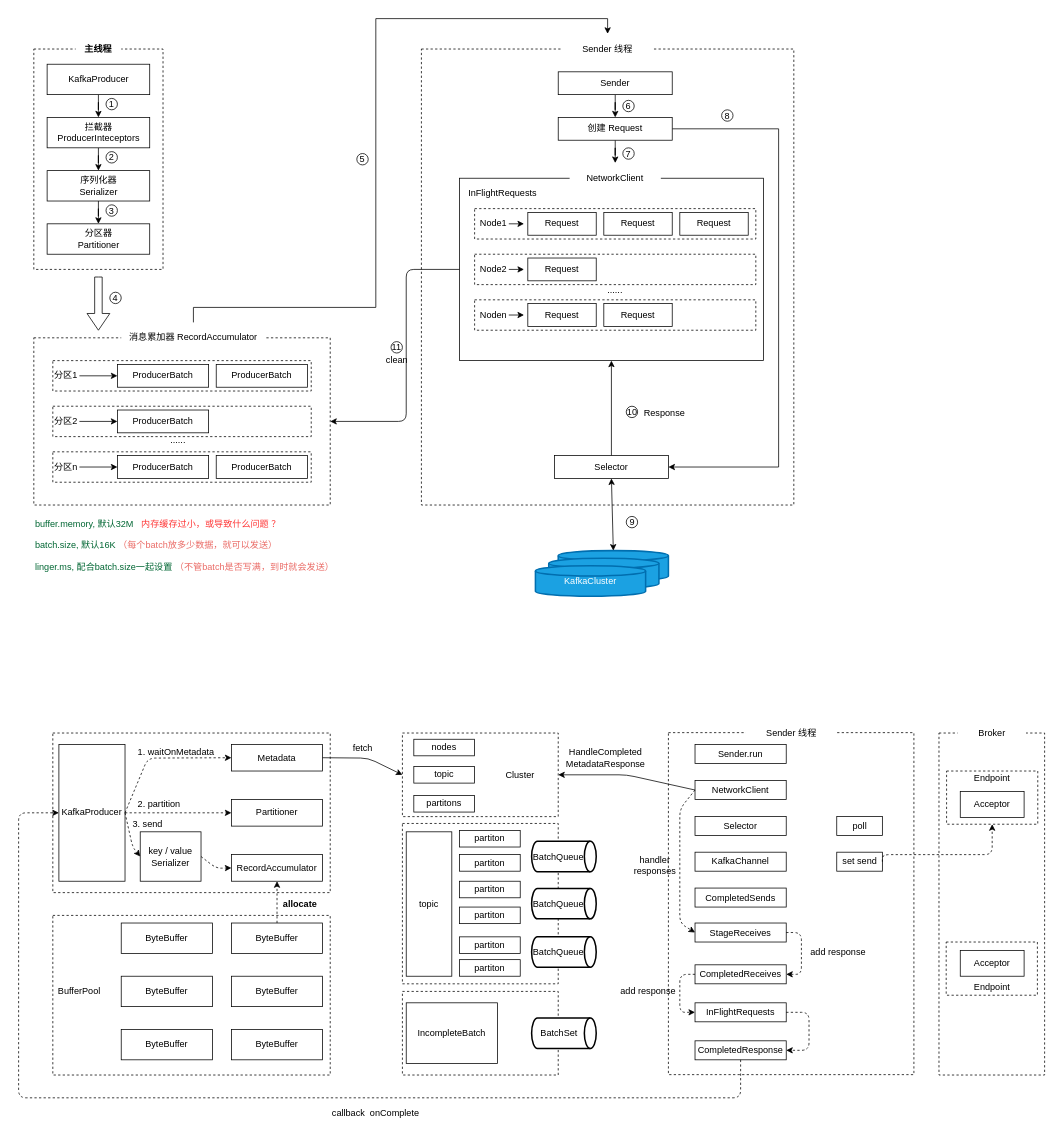
Above: kafka_producer.drawio in zhangyuanyin/bigdata_chars (draw.io), before the change. Source tidied: cells renumbered, new cells numbered last; positions are measured from the earlier drawing's top-left corner, leaving out a move shared by most shapes. Both pictures are drawn from the tidied source at 76%, with x=0, y=0 at pixel (18, 18).
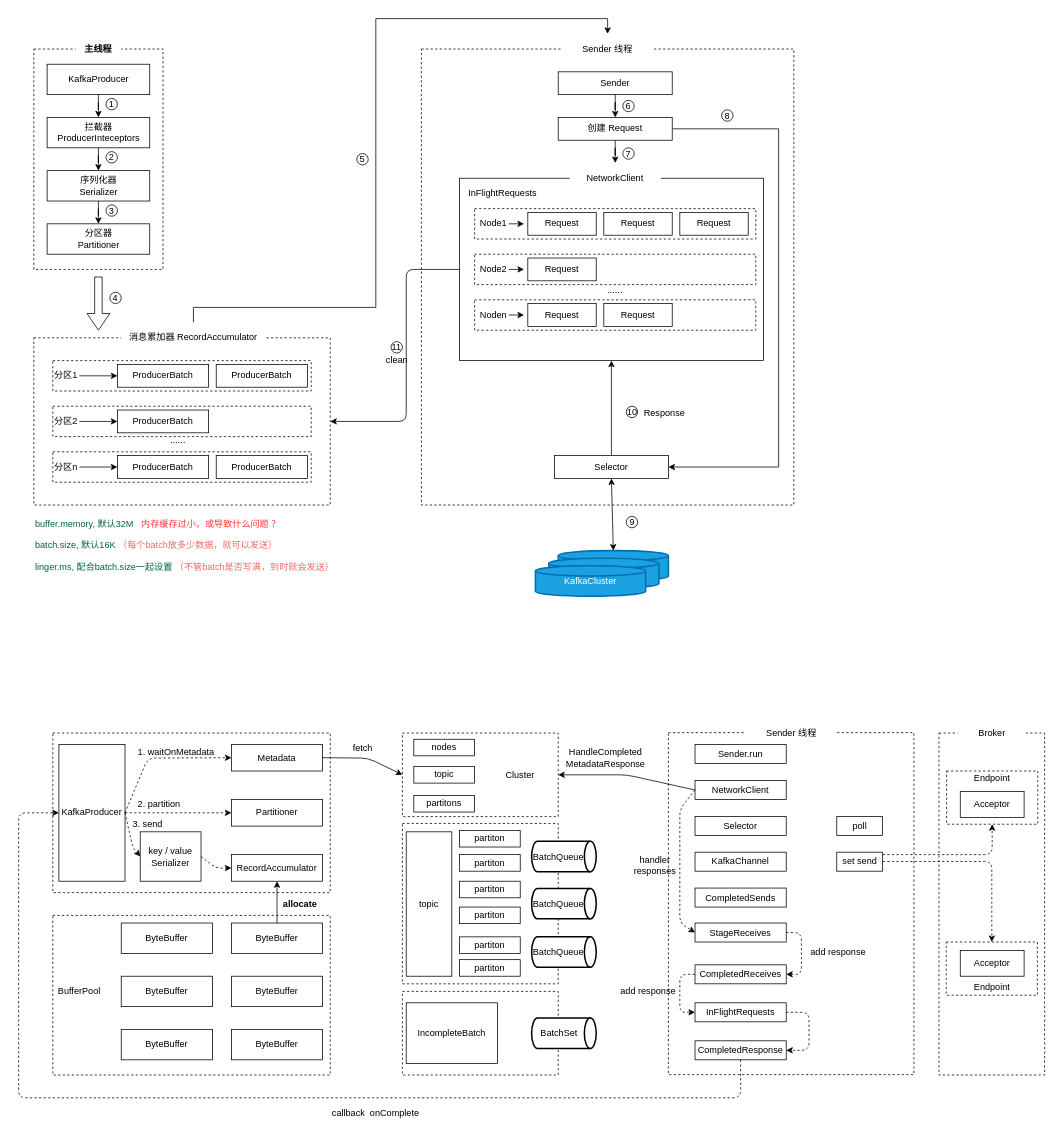
Above is the later version.

The change refers to these unchanged cells:
```xml
<mxCell id="88" value="RecordAccumulator" style="rounded=0;whiteSpace=wrap;html=1;" parent="1" vertex="1">
  <mxGeometry x="280" y="1100" width="120" height="35" as="geometry" />
</mxCell>
<mxCell id="99" value="ByteBuffer" style="rounded=0;whiteSpace=wrap;html=1;" parent="1" vertex="1">
  <mxGeometry x="280" y="1190" width="120" height="40" as="geometry" />
</mxCell>
<mxCell id="132" value="set send" style="rounded=0;whiteSpace=wrap;html=1;" parent="1" vertex="1">
  <mxGeometry x="1076.5" y="1096.8" width="60" height="25" as="geometry" />
</mxCell>
<mxCell id="134" style="rounded=0;whiteSpace=wrap;html=1;dashed=1;" parent="1" vertex="1">
  <mxGeometry x="1221" y="990" width="120" height="70" as="geometry" />
</mxCell>
<mxCell id="137" style="rounded=0;whiteSpace=wrap;html=1;dashed=1;" parent="1" vertex="1">
  <mxGeometry x="1220.5" y="1215" width="120" height="70" as="geometry" />
</mxCell>
```

Change to the diagram source:
```diff
@@
-    <mxCell id="98" style="edgeStyle=orthogonalEdgeStyle;rounded=0;jettySize=auto;html=1;entryX=0.5;entryY=1;entryDx=0;entryDy=0;dashed=1;" parent="1" edge="1" source="99" target="88">
+    <mxCell id="98" style="edgeStyle=orthogonalEdgeStyle;rounded=0;jettySize=auto;html=1;entryX=0.5;entryY=1;entryDx=0;entryDy=0;" parent="1" edge="1" source="99" target="88">
       <mxGeometry relative="1" as="geometry" />
     </mxCell>
@@
-    <mxCell id="153" style="edgeStyle=elbowEdgeStyle;elbow=vertical;endArrow=classic;html=1;dashed=1;exitX=1;exitY=0.5;exitDx=0;exitDy=0;entryX=0.5;entryY=1;entryDx=0;entryDy=0;" parent="1" edge="1" source="132" target="134">
+    <mxCell id="153" style="edgeStyle=elbowEdgeStyle;elbow=vertical;endArrow=classic;html=1;dashed=1;entryX=0.5;entryY=1;entryDx=0;entryDy=0;" parent="1" edge="1" target="134">
       <mxGeometry relative="1" as="geometry">
+        <mxPoint x="1137" y="1100" as="sourcePoint" />
         <Array as="points">
           <mxPoint x="1220" y="1100" />
         </Array>
       </mxGeometry>
     </mxCell>
+    <mxCell id="154" style="edgeStyle=elbowEdgeStyle;elbow=vertical;endArrow=classic;html=1;dashed=1;entryX=0.5;entryY=0;entryDx=0;entryDy=0;" parent="1" edge="1" target="137">
+      <mxGeometry relative="1" as="geometry">
+        <mxPoint x="1137" y="1109" as="sourcePoint" />
+        <Array as="points">
+          <mxPoint x="1220" y="1109" />
+        </Array>
+      </mxGeometry>
+    </mxCell>
```
